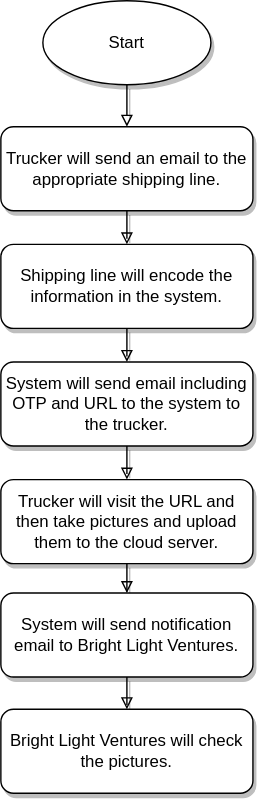
The draw.io diagram Untitled Diagram.drawio.svg in dev20220810/bright-light-ventures-ph-documentation, before a commit. Source tidied: cells renumbered, new cells last; positions are measured from the earlier drawing's top-left corner, leaving out a move shared by most shapes.
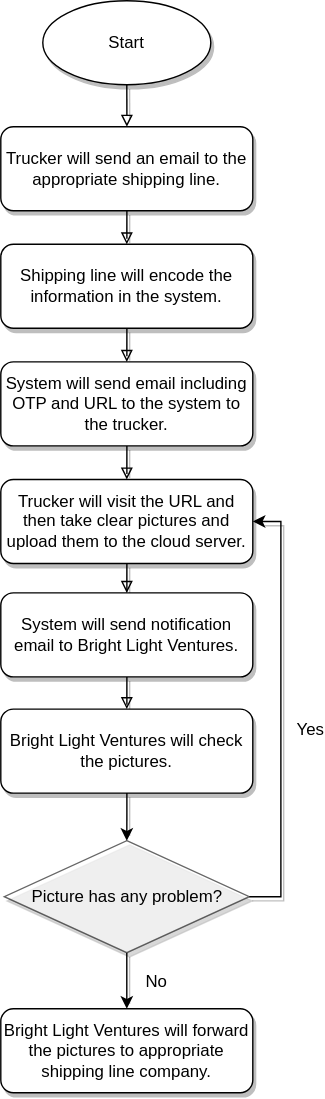
Later version of the same file.

Change to the diagram source:
```diff
@@ -29,7 +29,7 @@
     <mxCell id="10" style="edgeStyle=orthogonalEdgeStyle;rounded=0;jettySize=auto;html=1;entryX=0.5;entryY=0;entryDx=0;entryDy=0;shadow=1;endArrow=block;endFill=0;" parent="1" edge="1" source="11" target="13">
       <mxGeometry relative="1" as="geometry" />
     </mxCell>
-    <mxCell id="11" value="Trucker will visit the URL and then take pictures and upload them to the cloud server." style="whiteSpace=wrap;html=1;shadow=1;rounded=1;" parent="1" vertex="1">
+    <mxCell id="11" value="Trucker will visit the URL and then take clear pictures and upload them to the cloud server." style="whiteSpace=wrap;html=1;shadow=1;rounded=1;" parent="1" vertex="1">
       <mxGeometry y="342" width="180" height="60" as="geometry" />
     </mxCell>
     <mxCell id="12" style="edgeStyle=orthogonalEdgeStyle;rounded=0;jettySize=auto;html=1;entryX=0.5;entryY=0;entryDx=0;entryDy=0;shadow=1;endArrow=block;endFill=0;" parent="1" edge="1" source="13" target="14">
@@ -38,8 +38,38 @@
     <mxCell id="13" value="System will send notification email to Bright Light Ventures." style="whiteSpace=wrap;html=1;shadow=1;rounded=1;" parent="1" vertex="1">
       <mxGeometry y="423" width="180" height="60" as="geometry" />
     </mxCell>
+    <mxCell id="15" style="edgeStyle=orthogonalEdgeStyle;rounded=0;jettySize=auto;html=1;entryX=0.5;entryY=0;entryDx=0;entryDy=0;shadow=1;fontSize=12;startArrow=none;startFill=0;" parent="1" edge="1" source="14" target="20">
+      <mxGeometry relative="1" as="geometry" />
+    </mxCell>
     <mxCell id="14" value="Bright Light Ventures will check the pictures." style="whiteSpace=wrap;html=1;shadow=1;rounded=1;" parent="1" vertex="1">
       <mxGeometry y="506" width="180" height="60" as="geometry" />
     </mxCell>
+    <mxCell id="16" style="edgeStyle=orthogonalEdgeStyle;rounded=0;jettySize=auto;html=1;entryX=0.5;entryY=0;entryDx=0;entryDy=0;shadow=1;fontSize=12;startArrow=none;startFill=0;" parent="1" edge="1" source="20" target="21">
+      <mxGeometry relative="1" as="geometry" />
+    </mxCell>
+    <mxCell id="17" value="No" style="edgeLabel;html=1;align=center;verticalAlign=middle;fontSize=12;" parent="16" vertex="1">
+      <mxGeometry x="-0.84" relative="1" as="geometry">
+        <mxPoint x="20" y="17" as="offset" />
+      </mxGeometry>
+    </mxCell>
+    <mxCell id="18" style="edgeStyle=orthogonalEdgeStyle;rounded=0;jettySize=auto;html=1;entryX=1;entryY=0.5;entryDx=0;entryDy=0;shadow=1;fontSize=12;startArrow=none;startFill=0;" parent="1" edge="1" source="20" target="11">
+      <mxGeometry relative="1" as="geometry">
+        <Array as="points">
+          <mxPoint x="200" y="640" />
+          <mxPoint x="200" y="372" />
+        </Array>
+      </mxGeometry>
+    </mxCell>
+    <mxCell id="19" value="Yes" style="edgeLabel;html=1;align=center;verticalAlign=middle;fontSize=12;" parent="18" vertex="1">
+      <mxGeometry x="-0.1" y="2" relative="1" as="geometry">
+        <mxPoint x="22" y="-2" as="offset" />
+      </mxGeometry>
+    </mxCell>
+    <mxCell id="20" value="Picture has any problem?" style="rhombus;whiteSpace=wrap;html=1;shadow=1;glass=1;fillStyle=auto;fontSize=12;opacity=60;rounded=0;" parent="1" vertex="1">
+      <mxGeometry x="2.5" y="600" width="175" height="80" as="geometry" />
+    </mxCell>
+    <mxCell id="21" value="Bright Light Ventures will forward the pictures to appropriate shipping line company." style="whiteSpace=wrap;html=1;shadow=1;rounded=1;" parent="1" vertex="1">
+      <mxGeometry y="720" width="180" height="60" as="geometry" />
+    </mxCell>
   </root>
 </mxGraphModel>
```
